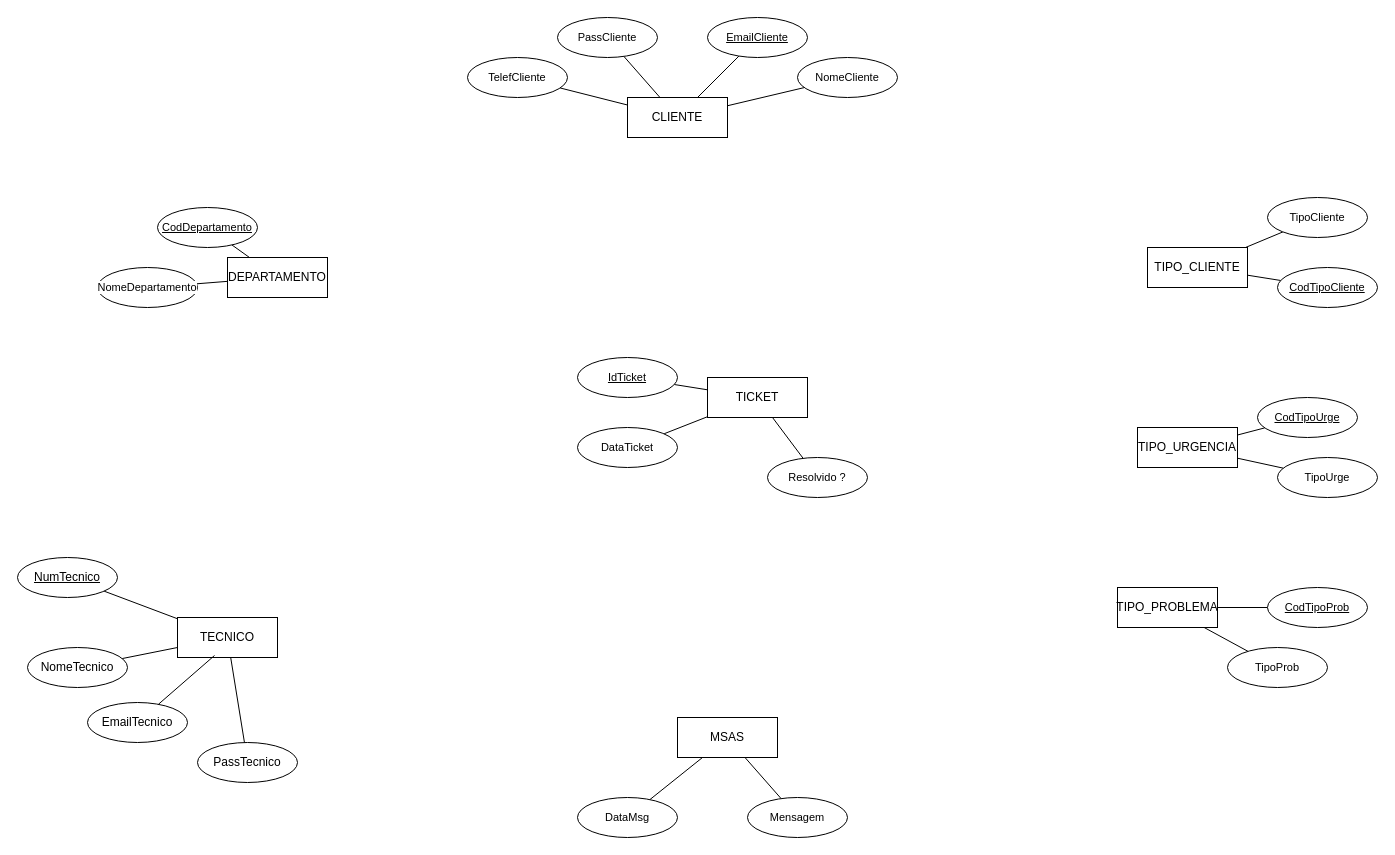
Earlier version of the draw.io diagram SistemaTickets.drawio (Afas09/Analise-de-Sistemas). Source tidied: cells renumbered, new cells numbered last; positions are measured from the earlier drawing's top-left corner, leaving out a move shared by most shapes. Both pictures are drawn from the tidied source at 100%, with x=0, y=0 at pixel (17, 17).
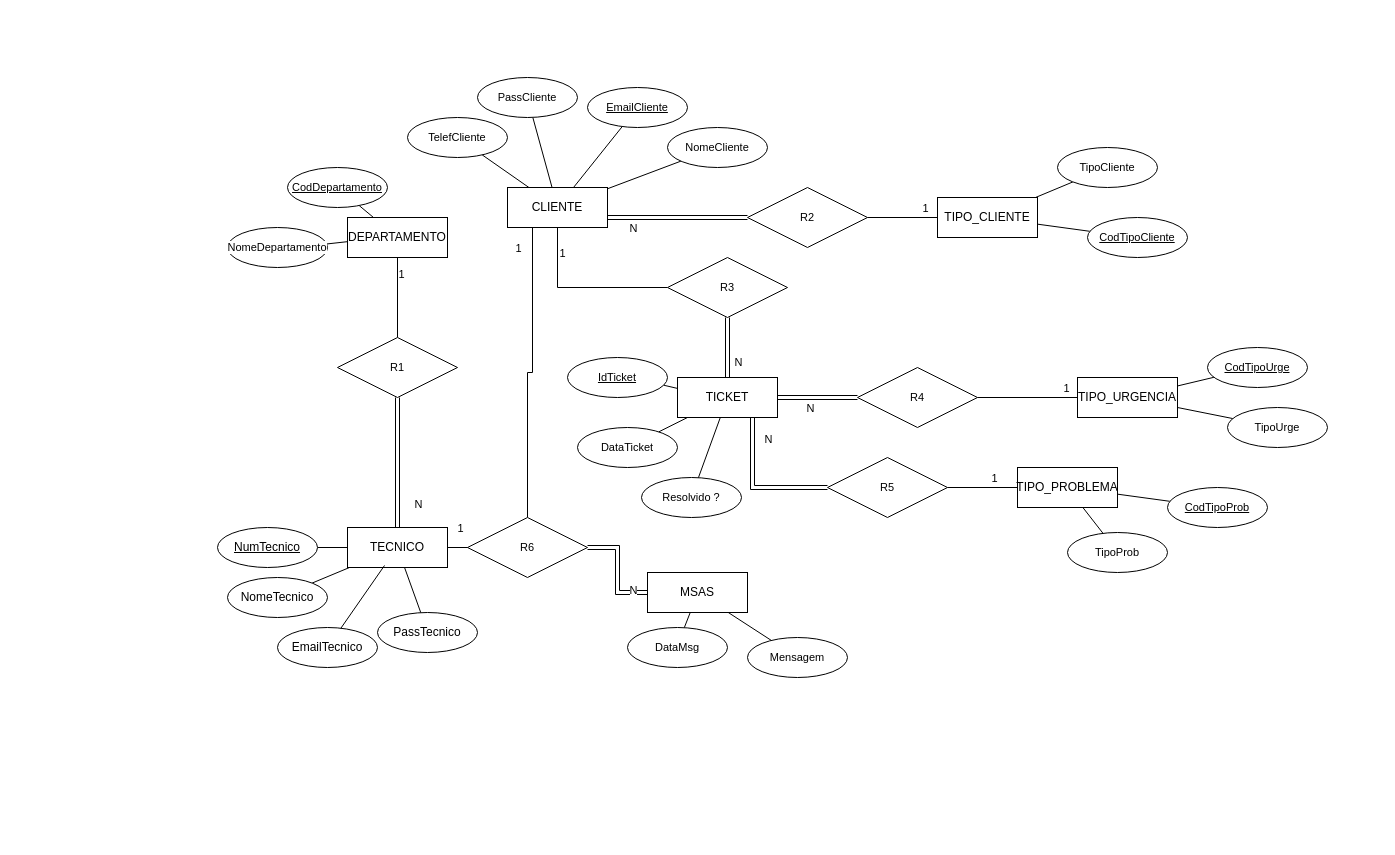
The same page after the edit.

The edit, as a diff of the source:
```diff
@@
     <mxCell id="2" value="DEPARTAMENTO" style="whiteSpace=wrap;html=1;align=center;" parent="1" vertex="1">
-      <mxGeometry x="210" y="240" width="100" height="40" as="geometry" />
+      <mxGeometry x="330" y="200" width="100" height="40" as="geometry" />
     </mxCell>
     <mxCell id="3" value="TECNICO" style="whiteSpace=wrap;html=1;align=center;" parent="1" vertex="1">
-      <mxGeometry x="160" y="600" width="100" height="40" as="geometry" />
+      <mxGeometry x="330" y="510" width="100" height="40" as="geometry" />
     </mxCell>
     <mxCell id="4" value="CLIENTE" style="whiteSpace=wrap;html=1;align=center;" parent="1" vertex="1">
-      <mxGeometry x="610" y="80" width="100" height="40" as="geometry" />
+      <mxGeometry x="490" y="170" width="100" height="40" as="geometry" />
     </mxCell>
     <mxCell id="5" value="TIPO_CLIENTE" style="whiteSpace=wrap;html=1;align=center;" parent="1" vertex="1">
-      <mxGeometry x="1130" y="230" width="100" height="40" as="geometry" />
+      <mxGeometry x="920" y="180" width="100" height="40" as="geometry" />
     </mxCell>
     <mxCell id="6" value="TIPO_URGENCIA" style="whiteSpace=wrap;html=1;align=center;" parent="1" vertex="1">
-      <mxGeometry x="1120" y="410" width="100" height="40" as="geometry" />
+      <mxGeometry x="1060" y="360" width="100" height="40" as="geometry" />
     </mxCell>
     <mxCell id="7" value="TIPO_PROBLEMA" style="whiteSpace=wrap;html=1;align=center;" parent="1" vertex="1">
-      <mxGeometry x="1100" y="570" width="100" height="40" as="geometry" />
+      <mxGeometry x="1000" y="450" width="100" height="40" as="geometry" />
     </mxCell>
     <mxCell id="8" value="TICKET" style="whiteSpace=wrap;html=1;align=center;" parent="1" vertex="1">
-      <mxGeometry x="690" y="360" width="100" height="40" as="geometry" />
+      <mxGeometry x="660" y="360" width="100" height="40" as="geometry" />
     </mxCell>
     <mxCell id="9" value="MSAS" style="whiteSpace=wrap;html=1;align=center;" parent="1" vertex="1">
-      <mxGeometry x="660" y="700" width="100" height="40" as="geometry" />
+      <mxGeometry x="630" y="555" width="100" height="40" as="geometry" />
     </mxCell>
@@
     <mxCell id="11" value="NumTecnico" style="ellipse;whiteSpace=wrap;html=1;align=center;fontStyle=4;" parent="1" vertex="1">
-      <mxGeometry y="540" width="100" height="40" as="geometry" />
+      <mxGeometry x="200" y="510" width="100" height="40" as="geometry" />
     </mxCell>
@@
     <mxCell id="13" value="NomeTecnico" style="ellipse;whiteSpace=wrap;html=1;align=center;" parent="1" vertex="1">
-      <mxGeometry x="10" y="630" width="100" height="40" as="geometry" />
+      <mxGeometry x="210" y="560" width="100" height="40" as="geometry" />
     </mxCell>
     <mxCell id="14" value="EmailTecnico" style="ellipse;whiteSpace=wrap;html=1;align=center;" parent="1" vertex="1">
-      <mxGeometry x="70" y="685" width="100" height="40" as="geometry" />
+      <mxGeometry x="260" y="610" width="100" height="40" as="geometry" />
     </mxCell>
@@
     <mxCell id="16" value="PassTecnico" style="ellipse;whiteSpace=wrap;html=1;align=center;" parent="1" vertex="1">
-      <mxGeometry x="180" y="725" width="100" height="40" as="geometry" />
+      <mxGeometry x="360" y="595" width="100" height="40" as="geometry" />
     </mxCell>
@@
     <mxCell id="19" value="DataMsg" style="ellipse;whiteSpace=wrap;html=1;align=center;fontFamily=Helvetica;fontSize=11;fontColor=default;labelBackgroundColor=default;" parent="1" vertex="1">
-      <mxGeometry x="560" y="780" width="100" height="40" as="geometry" />
+      <mxGeometry x="610" y="610" width="100" height="40" as="geometry" />
     </mxCell>
@@
     <mxCell id="21" value="Mensagem" style="ellipse;whiteSpace=wrap;html=1;align=center;fontFamily=Helvetica;fontSize=11;fontColor=default;labelBackgroundColor=default;" parent="1" vertex="1">
-      <mxGeometry x="730" y="780" width="100" height="40" as="geometry" />
+      <mxGeometry x="730" y="620" width="100" height="40" as="geometry" />
     </mxCell>
@@
     <mxCell id="23" value="TipoProb" style="ellipse;whiteSpace=wrap;html=1;align=center;fontFamily=Helvetica;fontSize=11;fontColor=default;labelBackgroundColor=default;" parent="1" vertex="1">
-      <mxGeometry x="1210" y="630" width="100" height="40" as="geometry" />
+      <mxGeometry x="1050" y="515" width="100" height="40" as="geometry" />
     </mxCell>
@@
     <mxCell id="25" value="CodTipoProb" style="ellipse;whiteSpace=wrap;html=1;align=center;fontStyle=4;fontFamily=Helvetica;fontSize=11;fontColor=default;labelBackgroundColor=default;" parent="1" vertex="1">
-      <mxGeometry x="1250" y="570" width="100" height="40" as="geometry" />
+      <mxGeometry x="1150" y="470" width="100" height="40" as="geometry" />
     </mxCell>
@@
     <mxCell id="27" value="TipoUrge" style="ellipse;whiteSpace=wrap;html=1;align=center;fontFamily=Helvetica;fontSize=11;fontColor=default;labelBackgroundColor=default;" parent="1" vertex="1">
-      <mxGeometry x="1260" y="440" width="100" height="40" as="geometry" />
+      <mxGeometry x="1210" y="390" width="100" height="40" as="geometry" />
     </mxCell>
@@
     <mxCell id="29" value="CodTipoUrge" style="ellipse;whiteSpace=wrap;html=1;align=center;fontStyle=4;fontFamily=Helvetica;fontSize=11;fontColor=default;labelBackgroundColor=default;" parent="1" vertex="1">
-      <mxGeometry x="1240" y="380" width="100" height="40" as="geometry" />
+      <mxGeometry x="1190" y="330" width="100" height="40" as="geometry" />
     </mxCell>
@@
     <mxCell id="31" value="CodTipoCliente" style="ellipse;whiteSpace=wrap;html=1;align=center;fontStyle=4;fontFamily=Helvetica;fontSize=11;fontColor=default;labelBackgroundColor=default;" parent="1" vertex="1">
-      <mxGeometry x="1260" y="250" width="100" height="40" as="geometry" />
+      <mxGeometry x="1070" y="200" width="100" height="40" as="geometry" />
     </mxCell>
@@
     <mxCell id="33" value="TipoCliente" style="ellipse;whiteSpace=wrap;html=1;align=center;fontFamily=Helvetica;fontSize=11;fontColor=default;labelBackgroundColor=default;" parent="1" vertex="1">
-      <mxGeometry x="1250" y="180" width="100" height="40" as="geometry" />
+      <mxGeometry x="1040" y="130" width="100" height="40" as="geometry" />
     </mxCell>
@@
     <mxCell id="35" value="IdTicket" style="ellipse;whiteSpace=wrap;html=1;align=center;fontStyle=4;fontFamily=Helvetica;fontSize=11;fontColor=default;labelBackgroundColor=default;" parent="1" vertex="1">
-      <mxGeometry x="560" y="340" width="100" height="40" as="geometry" />
+      <mxGeometry x="550" y="340" width="100" height="40" as="geometry" />
     </mxCell>
@@
     <mxCell id="39" value="Resolvido ?" style="ellipse;whiteSpace=wrap;html=1;align=center;fontFamily=Helvetica;fontSize=11;fontColor=default;labelBackgroundColor=default;" parent="1" vertex="1">
-      <mxGeometry x="750" y="440" width="100" height="40" as="geometry" />
+      <mxGeometry x="624" y="460" width="100" height="40" as="geometry" />
     </mxCell>
@@
     <mxCell id="41" value="EmailCliente" style="ellipse;whiteSpace=wrap;html=1;align=center;fontStyle=4;fontFamily=Helvetica;fontSize=11;fontColor=default;labelBackgroundColor=default;" parent="1" vertex="1">
-      <mxGeometry x="690" width="100" height="40" as="geometry" />
+      <mxGeometry x="570" y="70" width="100" height="40" as="geometry" />
     </mxCell>
@@
     <mxCell id="43" value="NomeCliente" style="ellipse;whiteSpace=wrap;html=1;align=center;fontFamily=Helvetica;fontSize=11;fontColor=default;labelBackgroundColor=default;" parent="1" vertex="1">
-      <mxGeometry x="780" y="40" width="100" height="40" as="geometry" />
+      <mxGeometry x="650" y="110" width="100" height="40" as="geometry" />
     </mxCell>
@@
     <mxCell id="45" value="PassCliente" style="ellipse;whiteSpace=wrap;html=1;align=center;fontFamily=Helvetica;fontSize=11;fontColor=default;labelBackgroundColor=default;" parent="1" vertex="1">
-      <mxGeometry x="540" width="100" height="40" as="geometry" />
+      <mxGeometry x="460" y="60" width="100" height="40" as="geometry" />
     </mxCell>
@@
     <mxCell id="47" value="TelefCliente" style="ellipse;whiteSpace=wrap;html=1;align=center;fontFamily=Helvetica;fontSize=11;fontColor=default;labelBackgroundColor=default;" parent="1" vertex="1">
-      <mxGeometry x="450" y="40" width="100" height="40" as="geometry" />
+      <mxGeometry x="390" y="100" width="100" height="40" as="geometry" />
     </mxCell>
@@
     <mxCell id="49" value="CodDepartamento" style="ellipse;whiteSpace=wrap;html=1;align=center;fontStyle=4;fontFamily=Helvetica;fontSize=11;fontColor=default;labelBackgroundColor=default;" parent="1" vertex="1">
-      <mxGeometry x="140" y="190" width="100" height="40" as="geometry" />
+      <mxGeometry x="270" y="150" width="100" height="40" as="geometry" />
     </mxCell>
@@
     <mxCell id="51" value="NomeDepartamento" style="ellipse;whiteSpace=wrap;html=1;align=center;fontFamily=Helvetica;fontSize=11;fontColor=default;labelBackgroundColor=default;" parent="1" vertex="1">
-      <mxGeometry x="80" y="250" width="100" height="40" as="geometry" />
+      <mxGeometry x="210" y="210" width="100" height="40" as="geometry" />
     </mxCell>
+    <mxCell id="52" style="shape=connector;rounded=0;jettySize=auto;html=1;strokeColor=default;align=center;verticalAlign=middle;fontFamily=Helvetica;fontSize=11;fontColor=default;labelBackgroundColor=default;endArrow=none;endFill=0;edgeStyle=orthogonalEdgeStyle;" parent="1" edge="1" source="56" target="2">
+      <mxGeometry relative="1" as="geometry" />
+    </mxCell>
+    <mxCell id="53" value="1" style="edgeLabel;html=1;align=center;verticalAlign=middle;fontFamily=Helvetica;fontSize=11;fontColor=default;labelBackgroundColor=default;" parent="52" vertex="1">
+      <mxGeometry x="0.6" y="-2" relative="1" as="geometry">
+        <mxPoint x="1" as="offset" />
+      </mxGeometry>
+    </mxCell>
+    <mxCell id="54" style="edgeStyle=orthogonalEdgeStyle;shape=link;rounded=0;jettySize=auto;html=1;strokeColor=default;align=center;verticalAlign=middle;fontFamily=Helvetica;fontSize=11;fontColor=default;labelBackgroundColor=default;endArrow=none;endFill=0;" parent="1" edge="1" source="56" target="3">
+      <mxGeometry relative="1" as="geometry" />
+    </mxCell>
+    <mxCell id="55" value="N" style="edgeLabel;html=1;align=center;verticalAlign=middle;fontFamily=Helvetica;fontSize=11;fontColor=default;labelBackgroundColor=default;" parent="54" vertex="1">
+      <mxGeometry x="0.64" y="4" relative="1" as="geometry">
+        <mxPoint x="16" y="-1" as="offset" />
+      </mxGeometry>
+    </mxCell>
+    <mxCell id="56" value="R1" style="shape=rhombus;perimeter=rhombusPerimeter;whiteSpace=wrap;html=1;align=center;fontFamily=Helvetica;fontSize=11;fontColor=default;labelBackgroundColor=default;" parent="1" vertex="1">
+      <mxGeometry x="320" y="320" width="120" height="60" as="geometry" />
+    </mxCell>
+    <mxCell id="57" style="edgeStyle=orthogonalEdgeStyle;shape=link;rounded=0;jettySize=auto;html=1;entryX=1;entryY=0.75;entryDx=0;entryDy=0;strokeColor=default;align=center;verticalAlign=middle;fontFamily=Helvetica;fontSize=11;fontColor=default;labelBackgroundColor=default;endArrow=none;endFill=0;" parent="1" edge="1" source="61" target="4">
+      <mxGeometry relative="1" as="geometry" />
+    </mxCell>
+    <mxCell id="58" value="N" style="edgeLabel;html=1;align=center;verticalAlign=middle;fontFamily=Helvetica;fontSize=11;fontColor=default;labelBackgroundColor=default;" parent="57" vertex="1">
+      <mxGeometry x="0.63" y="2" relative="1" as="geometry">
+        <mxPoint x="-1" y="8" as="offset" />
+      </mxGeometry>
+    </mxCell>
+    <mxCell id="59" style="edgeStyle=orthogonalEdgeStyle;shape=connector;rounded=0;jettySize=auto;html=1;entryX=0;entryY=0.5;entryDx=0;entryDy=0;strokeColor=default;align=center;verticalAlign=middle;fontFamily=Helvetica;fontSize=11;fontColor=default;labelBackgroundColor=default;endArrow=none;endFill=0;" parent="1" edge="1" source="61" target="5">
+      <mxGeometry relative="1" as="geometry" />
+    </mxCell>
+    <mxCell id="60" value="1" style="edgeLabel;html=1;align=center;verticalAlign=middle;fontFamily=Helvetica;fontSize=11;fontColor=default;labelBackgroundColor=default;" parent="59" vertex="1">
+      <mxGeometry x="0.63" relative="1" as="geometry">
+        <mxPoint y="-10" as="offset" />
+      </mxGeometry>
+    </mxCell>
+    <mxCell id="61" value="R2" style="shape=rhombus;perimeter=rhombusPerimeter;whiteSpace=wrap;html=1;align=center;fontFamily=Helvetica;fontSize=11;fontColor=default;labelBackgroundColor=default;" parent="1" vertex="1">
+      <mxGeometry x="730" y="170" width="120" height="60" as="geometry" />
+    </mxCell>
+    <mxCell id="62" style="edgeStyle=orthogonalEdgeStyle;shape=connector;rounded=0;jettySize=auto;html=1;strokeColor=default;align=center;verticalAlign=middle;fontFamily=Helvetica;fontSize=11;fontColor=default;labelBackgroundColor=default;endArrow=none;endFill=0;" parent="1" edge="1" source="66" target="4">
+      <mxGeometry relative="1" as="geometry" />
+    </mxCell>
+    <mxCell id="63" value="1" style="edgeLabel;html=1;align=center;verticalAlign=middle;fontFamily=Helvetica;fontSize=11;fontColor=default;labelBackgroundColor=default;" parent="62" vertex="1">
+      <mxGeometry x="0.71" y="-4" relative="1" as="geometry" />
+    </mxCell>
+    <mxCell id="64" style="edgeStyle=orthogonalEdgeStyle;shape=link;rounded=0;jettySize=auto;html=1;entryX=0.5;entryY=0;entryDx=0;entryDy=0;strokeColor=default;align=center;verticalAlign=middle;fontFamily=Helvetica;fontSize=11;fontColor=default;labelBackgroundColor=default;endArrow=none;endFill=0;" parent="1" edge="1" source="66" target="8">
+      <mxGeometry relative="1" as="geometry" />
+    </mxCell>
+    <mxCell id="65" value="N" style="edgeLabel;html=1;align=center;verticalAlign=middle;fontFamily=Helvetica;fontSize=11;fontColor=default;labelBackgroundColor=default;" parent="64" vertex="1">
+      <mxGeometry x="0.47" y="6" relative="1" as="geometry">
+        <mxPoint x="4" as="offset" />
+      </mxGeometry>
+    </mxCell>
+    <mxCell id="66" value="R3" style="shape=rhombus;perimeter=rhombusPerimeter;whiteSpace=wrap;html=1;align=center;fontFamily=Helvetica;fontSize=11;fontColor=default;labelBackgroundColor=default;" parent="1" vertex="1">
+      <mxGeometry x="650" y="240" width="120" height="60" as="geometry" />
+    </mxCell>
+    <mxCell id="67" style="edgeStyle=orthogonalEdgeStyle;shape=link;rounded=0;jettySize=auto;html=1;strokeColor=default;align=center;verticalAlign=middle;fontFamily=Helvetica;fontSize=11;fontColor=default;labelBackgroundColor=default;endArrow=none;endFill=0;" parent="1" edge="1" source="71" target="8">
+      <mxGeometry relative="1" as="geometry" />
+    </mxCell>
+    <mxCell id="68" value="N" style="edgeLabel;html=1;align=center;verticalAlign=middle;fontFamily=Helvetica;fontSize=11;fontColor=default;labelBackgroundColor=default;" parent="67" vertex="1">
+      <mxGeometry x="0.17" y="1" relative="1" as="geometry">
+        <mxPoint x="-1" y="9" as="offset" />
+      </mxGeometry>
+    </mxCell>
+    <mxCell id="69" style="edgeStyle=orthogonalEdgeStyle;shape=connector;rounded=0;jettySize=auto;html=1;entryX=0;entryY=0.5;entryDx=0;entryDy=0;strokeColor=default;align=center;verticalAlign=middle;fontFamily=Helvetica;fontSize=11;fontColor=default;labelBackgroundColor=default;endArrow=none;endFill=0;" parent="1" edge="1" source="71" target="6">
+      <mxGeometry relative="1" as="geometry" />
+    </mxCell>
+    <mxCell id="70" value="1" style="edgeLabel;html=1;align=center;verticalAlign=middle;fontFamily=Helvetica;fontSize=11;fontColor=default;labelBackgroundColor=default;" parent="69" vertex="1">
+      <mxGeometry x="0.73" y="2" relative="1" as="geometry">
+        <mxPoint x="1" y="-8" as="offset" />
+      </mxGeometry>
+    </mxCell>
+    <mxCell id="71" value="R4" style="shape=rhombus;perimeter=rhombusPerimeter;whiteSpace=wrap;html=1;align=center;fontFamily=Helvetica;fontSize=11;fontColor=default;labelBackgroundColor=default;" parent="1" vertex="1">
+      <mxGeometry x="840" y="350" width="120" height="60" as="geometry" />
+    </mxCell>
+    <mxCell id="72" style="edgeStyle=orthogonalEdgeStyle;shape=link;rounded=0;jettySize=auto;html=1;entryX=0.75;entryY=1;entryDx=0;entryDy=0;strokeColor=default;align=center;verticalAlign=middle;fontFamily=Helvetica;fontSize=11;fontColor=default;labelBackgroundColor=default;endArrow=none;endFill=0;" parent="1" edge="1" source="76" target="8">
+      <mxGeometry relative="1" as="geometry" />
+    </mxCell>
+    <mxCell id="73" value="N" style="edgeLabel;html=1;align=center;verticalAlign=middle;fontFamily=Helvetica;fontSize=11;fontColor=default;labelBackgroundColor=default;" parent="72" vertex="1">
+      <mxGeometry x="0.66" y="-1" relative="1" as="geometry">
+        <mxPoint x="14" y="-4" as="offset" />
+      </mxGeometry>
+    </mxCell>
+    <mxCell id="74" style="edgeStyle=orthogonalEdgeStyle;shape=connector;rounded=0;jettySize=auto;html=1;entryX=0;entryY=0.5;entryDx=0;entryDy=0;strokeColor=default;align=center;verticalAlign=middle;fontFamily=Helvetica;fontSize=11;fontColor=default;labelBackgroundColor=default;endArrow=none;endFill=0;" parent="1" edge="1" source="76" target="7">
+      <mxGeometry relative="1" as="geometry" />
+    </mxCell>
+    <mxCell id="75" value="1" style="edgeLabel;html=1;align=center;verticalAlign=middle;fontFamily=Helvetica;fontSize=11;fontColor=default;labelBackgroundColor=default;" parent="74" vertex="1">
+      <mxGeometry x="0.3" y="2" relative="1" as="geometry">
+        <mxPoint y="-8" as="offset" />
+      </mxGeometry>
+    </mxCell>
+    <mxCell id="76" value="R5" style="shape=rhombus;perimeter=rhombusPerimeter;whiteSpace=wrap;html=1;align=center;fontFamily=Helvetica;fontSize=11;fontColor=default;labelBackgroundColor=default;" parent="1" vertex="1">
+      <mxGeometry x="810" y="440" width="120" height="60" as="geometry" />
+    </mxCell>
+    <mxCell id="77" style="edgeStyle=orthogonalEdgeStyle;shape=link;rounded=0;jettySize=auto;html=1;entryX=0;entryY=0.5;entryDx=0;entryDy=0;strokeColor=default;align=center;verticalAlign=middle;fontFamily=Helvetica;fontSize=11;fontColor=default;labelBackgroundColor=default;endArrow=none;endFill=0;" parent="1" edge="1" source="83" target="9">
+      <mxGeometry relative="1" as="geometry" />
+    </mxCell>
+    <mxCell id="78" value="N" style="edgeLabel;html=1;align=center;verticalAlign=middle;fontFamily=Helvetica;fontSize=11;fontColor=default;labelBackgroundColor=default;" parent="77" vertex="1">
+      <mxGeometry x="0.36" y="-2" relative="1" as="geometry">
+        <mxPoint x="17" y="1" as="offset" />
+      </mxGeometry>
+    </mxCell>
+    <mxCell id="79" style="edgeStyle=orthogonalEdgeStyle;shape=connector;rounded=0;jettySize=auto;html=1;entryX=1;entryY=0.5;entryDx=0;entryDy=0;strokeColor=default;align=center;verticalAlign=middle;fontFamily=Helvetica;fontSize=11;fontColor=default;labelBackgroundColor=default;endArrow=none;endFill=0;" parent="1" edge="1" source="83" target="3">
+      <mxGeometry relative="1" as="geometry" />
+    </mxCell>
+    <mxCell id="80" value="1" style="edgeLabel;html=1;align=center;verticalAlign=middle;fontFamily=Helvetica;fontSize=11;fontColor=default;labelBackgroundColor=default;" parent="79" vertex="1">
+      <mxGeometry x="0.62" relative="1" as="geometry">
+        <mxPoint x="1" y="-20" as="offset" />
+      </mxGeometry>
+    </mxCell>
+    <mxCell id="81" style="edgeStyle=orthogonalEdgeStyle;shape=connector;rounded=0;jettySize=auto;html=1;entryX=0.25;entryY=1;entryDx=0;entryDy=0;strokeColor=default;align=center;verticalAlign=middle;fontFamily=Helvetica;fontSize=11;fontColor=default;labelBackgroundColor=default;endArrow=none;endFill=0;" parent="1" edge="1" source="83" target="4">
+      <mxGeometry relative="1" as="geometry" />
+    </mxCell>
+    <mxCell id="82" value="1" style="edgeLabel;html=1;align=center;verticalAlign=middle;fontFamily=Helvetica;fontSize=11;fontColor=default;labelBackgroundColor=default;" parent="81" vertex="1">
+      <mxGeometry x="0.87" y="-5" relative="1" as="geometry">
+        <mxPoint x="-20" y="1" as="offset" />
+      </mxGeometry>
+    </mxCell>
+    <mxCell id="83" value="R6" style="shape=rhombus;perimeter=rhombusPerimeter;whiteSpace=wrap;html=1;align=center;fontFamily=Helvetica;fontSize=11;fontColor=default;labelBackgroundColor=default;" parent="1" vertex="1">
+      <mxGeometry x="450" y="500" width="120" height="60" as="geometry" />
+    </mxCell>
```
